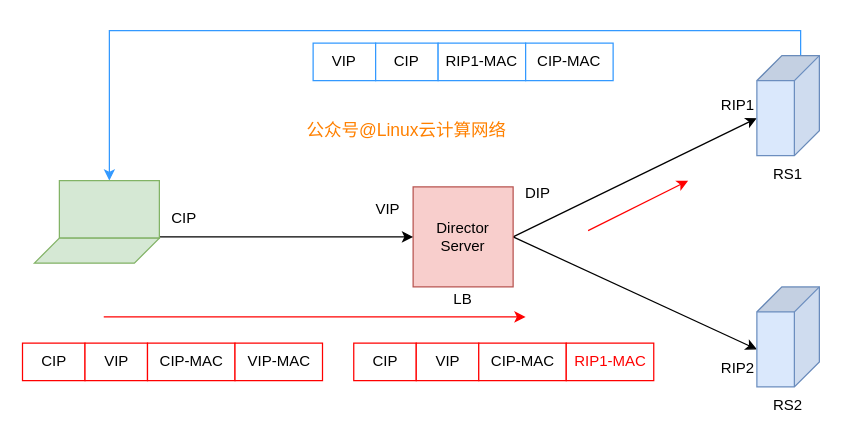
ctimbai/draw.io keeps this draw.io diagram as lvs-dr.drawio. Above is the earlier version. Source tidied: cells renumbered, new cells numbered last; positions are measured from the earlier drawing's top-left corner, leaving out a move shared by most shapes. Both pictures are drawn from the tidied source at 125%, with x=0, y=0 at pixel (22, 42).
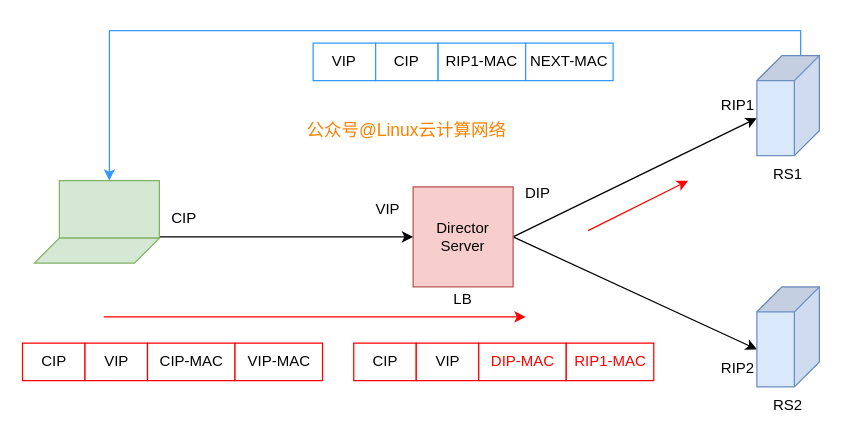
The same page after the edit.

Change to the diagram source:
```diff
@@
-    <mxCell id="26" value="CIP-MAC" style="rounded=0;whiteSpace=wrap;html=1;strokeColor=#FF0000;" parent="1" vertex="1">
+    <mxCell id="26" value="&lt;font color=&quot;#ff0000&quot;&gt;DIP-MAC&lt;/font&gt;" style="rounded=0;whiteSpace=wrap;html=1;strokeColor=#FF0000;" parent="1" vertex="1">
       <mxGeometry x="364.5" y="240" width="70" height="30" as="geometry" />
     </mxCell>
@@
-    <mxCell id="31" value="CIP-MAC" style="rounded=0;whiteSpace=wrap;html=1;strokeColor=#3399FF;" parent="1" vertex="1">
+    <mxCell id="31" value="NEXT-MAC" style="rounded=0;whiteSpace=wrap;html=1;strokeColor=#3399FF;" parent="1" vertex="1">
       <mxGeometry x="402" width="70" height="30" as="geometry" />
     </mxCell>
```
